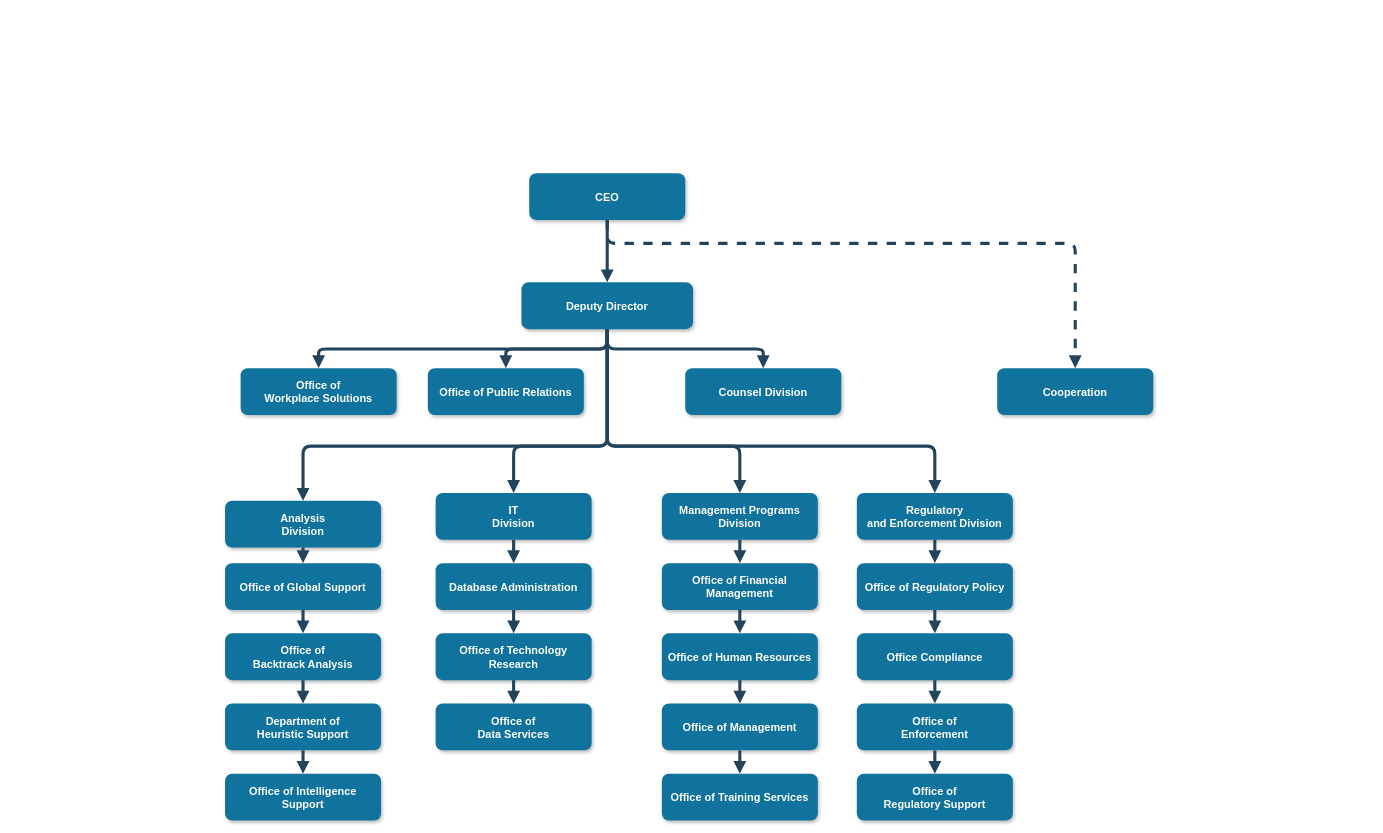
Above: Untitled Diagram.drawio in MiriamSanchez11/-grupo_Ing_Gest_Poyectos- (draw.io), before the change. Source tidied: cells renumbered, new cells numbered last; positions are measured from the earlier drawing's top-left corner, leaving out a move shared by most shapes. Both pictures are drawn from the tidied source at 78%, with x=0, y=0 at pixel (225, 173).
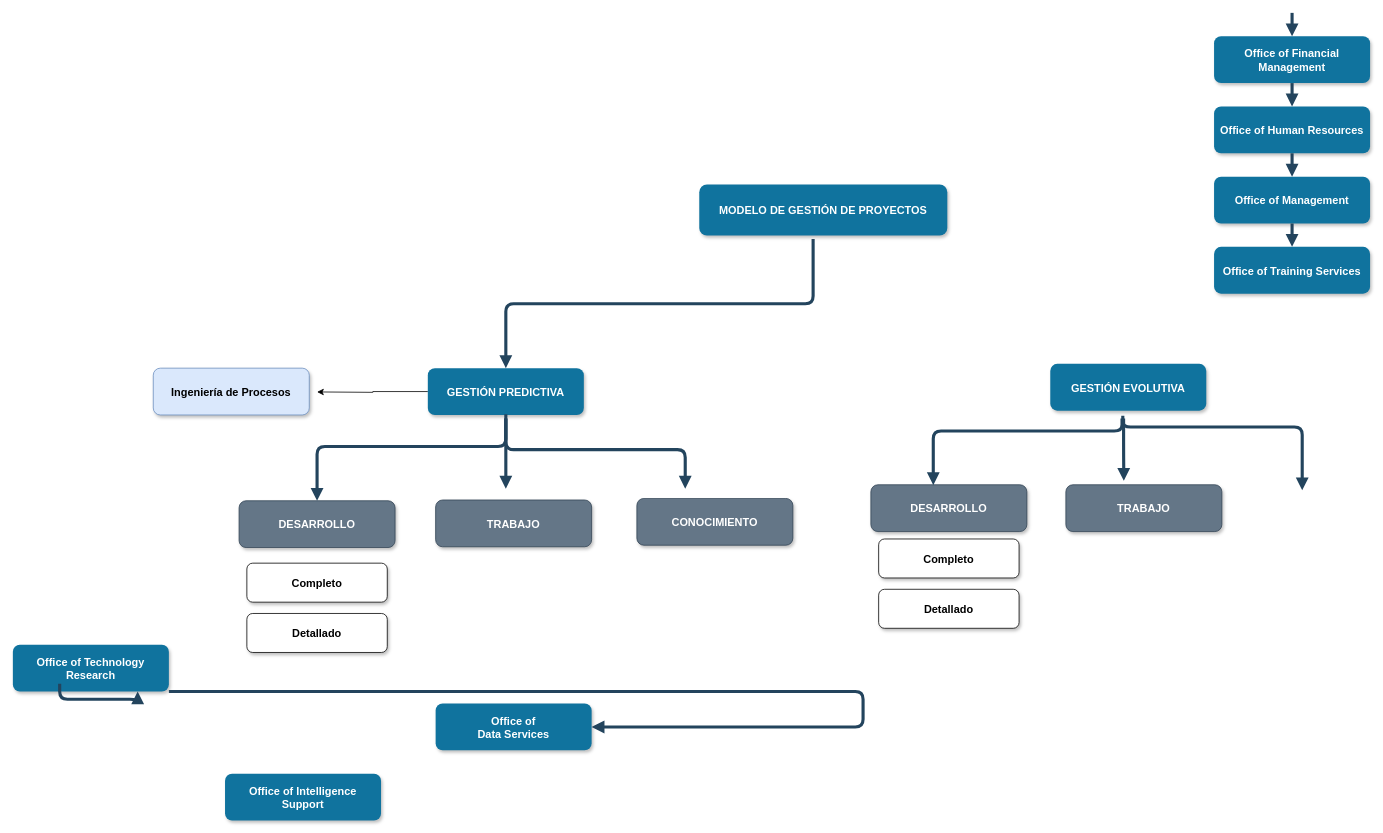
The same diagram, later.

Commit message:
Diagrama modelos

Unchanged cells that the change refers to:
```xml
<mxCell id="12" value="Office of Intelligence &#10;Support" style="rounded=1;fillColor=#10739E;strokeColor=none;shadow=1;gradientColor=none;fontStyle=1;fontColor=#FFFFFF;fontSize=14;" parent="1" vertex="1">
  <mxGeometry y="769.5" width="200" height="60" as="geometry" />
</mxCell>
<mxCell id="16" value="Office of&#10;Data Services" style="rounded=1;fillColor=#10739E;strokeColor=none;shadow=1;gradientColor=none;fontStyle=1;fontColor=#FFFFFF;fontSize=14;" parent="1" vertex="1">
  <mxGeometry x="270" y="679.5" width="200" height="60" as="geometry" />
</mxCell>
```

The edit, as a diff of the source:
```diff
@@
-    <mxCell id="2" value="CEO" style="rounded=1;fillColor=#10739E;strokeColor=none;shadow=1;gradientColor=none;fontStyle=1;fontColor=#FFFFFF;fontSize=14;" parent="1" vertex="1">
-      <mxGeometry x="390" y="-0.5" width="200" height="60" as="geometry" />
+    <mxCell id="2" value="MODELO DE GESTIÓN DE PROYECTOS" style="rounded=1;fillColor=#10739E;strokeColor=none;shadow=1;gradientColor=none;fontStyle=1;fontColor=#FFFFFF;fontSize=14;" parent="1" vertex="1">
+      <mxGeometry x="608" y="14" width="318" height="65.5" as="geometry" />
     </mxCell>
-    <mxCell id="3" value="Deputy Director" style="rounded=1;fillColor=#10739E;strokeColor=none;shadow=1;gradientColor=none;fontStyle=1;fontColor=#FFFFFF;fontSize=14;" parent="1" vertex="1">
-      <mxGeometry x="380" y="139.5" width="220" height="60" as="geometry" />
-    </mxCell>
-    <mxCell id="4" value="Office of &#10;Workplace Solutions" style="rounded=1;fillColor=#10739E;strokeColor=none;shadow=1;gradientColor=none;fontStyle=1;fontColor=#FFFFFF;fontSize=14;" parent="1" vertex="1">
-      <mxGeometry x="20" y="249.5" width="200" height="60" as="geometry" />
-    </mxCell>
+    <mxCell id="51" style="edgeStyle=orthogonalEdgeStyle;rounded=0;jettySize=auto;html=1;exitX=0;exitY=0.5;exitDx=0;exitDy=0;" parent="1" edge="1" source="5">
+      <mxGeometry relative="1" as="geometry">
+        <mxPoint x="118" y="280" as="targetPoint" />
+      </mxGeometry>
+    </mxCell>
-    <mxCell id="5" value="Office of Public Relations" style="rounded=1;fillColor=#10739E;strokeColor=none;shadow=1;gradientColor=none;fontStyle=1;fontColor=#FFFFFF;fontSize=14;" parent="1" vertex="1">
+    <mxCell id="5" value="GESTIÓN PREDICTIVA" style="rounded=1;fillColor=#10739E;strokeColor=none;shadow=1;gradientColor=none;fontStyle=1;fontColor=#FFFFFF;fontSize=14;" parent="1" vertex="1">
       <mxGeometry x="260" y="249.5" width="200" height="60" as="geometry" />
     </mxCell>
-    <mxCell id="6" value="Counsel Division" style="rounded=1;fillColor=#10739E;strokeColor=none;shadow=1;gradientColor=none;fontStyle=1;fontColor=#FFFFFF;fontSize=14;" parent="1" vertex="1">
-      <mxGeometry x="590" y="249.5" width="200" height="60" as="geometry" />
+    <mxCell id="6" value="GESTIÓN EVOLUTIVA" style="rounded=1;fillColor=#10739E;strokeColor=none;shadow=1;gradientColor=none;fontStyle=1;fontColor=#FFFFFF;fontSize=14;" parent="1" vertex="1">
+      <mxGeometry x="1058" y="244" width="200" height="60" as="geometry" />
     </mxCell>
-    <mxCell id="7" value="Cooperation" style="rounded=1;fillColor=#10739E;strokeColor=none;shadow=1;gradientColor=none;fontStyle=1;fontColor=#FFFFFF;fontSize=14;" parent="1" vertex="1">
-      <mxGeometry x="990" y="249.5" width="200" height="60" as="geometry" />
-    </mxCell>
-    <mxCell id="8" value="Analysis &#10;Division" style="rounded=1;fillColor=#10739E;strokeColor=none;shadow=1;gradientColor=none;fontStyle=1;fontColor=#FFFFFF;fontSize=14;" parent="1" vertex="1">
-      <mxGeometry y="419.5" width="200" height="60" as="geometry" />
+    <mxCell id="8" value="DESARROLLO" style="rounded=1;fillColor=#647687;strokeColor=#314354;shadow=1;fontStyle=1;fontSize=14;fontColor=#ffffff;" parent="1" vertex="1">
+      <mxGeometry x="18" y="419.5" width="200" height="60" as="geometry" />
     </mxCell>
-    <mxCell id="9" value="Office of Global Support" style="rounded=1;fillColor=#10739E;strokeColor=none;shadow=1;gradientColor=none;fontStyle=1;fontColor=#FFFFFF;fontSize=14;" parent="1" vertex="1">
-      <mxGeometry y="499.5" width="200" height="60" as="geometry" />
-    </mxCell>
-    <mxCell id="10" value="Office of &#10;Backtrack Analysis" style="rounded=1;fillColor=#10739E;strokeColor=none;shadow=1;gradientColor=none;fontStyle=1;fontColor=#FFFFFF;fontSize=14;" parent="1" vertex="1">
-      <mxGeometry y="589.5" width="200" height="60" as="geometry" />
-    </mxCell>
-    <mxCell id="11" value="Department of &#10;Heuristic Support" style="rounded=1;fillColor=#10739E;strokeColor=none;shadow=1;gradientColor=none;fontStyle=1;fontColor=#FFFFFF;fontSize=14;" parent="1" vertex="1">
-      <mxGeometry y="679.5" width="200" height="60" as="geometry" />
+    <mxCell id="11" value="Completo" style="rounded=1;shadow=1;fontStyle=1;fontSize=14;" parent="1" vertex="1">
+      <mxGeometry x="28" y="499.5" width="180" height="50" as="geometry" />
     </mxCell>
@@
-    <mxCell id="13" value="IT&#10;Division" style="rounded=1;fillColor=#10739E;strokeColor=none;shadow=1;gradientColor=none;fontStyle=1;fontColor=#FFFFFF;fontSize=14;" parent="1" vertex="1">
-      <mxGeometry x="270" y="409.5" width="200" height="60" as="geometry" />
-    </mxCell>
-    <mxCell id="14" value="Database Administration" style="rounded=1;fillColor=#10739E;strokeColor=none;shadow=1;gradientColor=none;fontStyle=1;fontColor=#FFFFFF;fontSize=14;" parent="1" vertex="1">
-      <mxGeometry x="270" y="499.5" width="200" height="60" as="geometry" />
+    <mxCell id="14" value="TRABAJO" style="rounded=1;fillColor=#647687;strokeColor=#314354;shadow=1;fontStyle=1;fontColor=#ffffff;fontSize=14;" parent="1" vertex="1">
+      <mxGeometry x="270" y="418.5" width="200" height="60" as="geometry" />
     </mxCell>
     <mxCell id="15" value="Office of Technology &#10;Research" style="rounded=1;fillColor=#10739E;strokeColor=none;shadow=1;gradientColor=none;fontStyle=1;fontColor=#FFFFFF;fontSize=14;" parent="1" vertex="1">
-      <mxGeometry x="270" y="589.5" width="200" height="60" as="geometry" />
+      <mxGeometry x="-272" y="604" width="200" height="60" as="geometry" />
     </mxCell>
@@
-    <mxCell id="17" value="Management Programs &#10;Division" style="rounded=1;fillColor=#10739E;strokeColor=none;shadow=1;gradientColor=none;fontStyle=1;fontColor=#FFFFFF;fontSize=14;" parent="1" vertex="1">
-      <mxGeometry x="560" y="409.5" width="200" height="60" as="geometry" />
-    </mxCell>
     <mxCell id="18" value="Office of Financial &#10;Management" style="rounded=1;fillColor=#10739E;strokeColor=none;shadow=1;gradientColor=none;fontStyle=1;fontColor=#FFFFFF;fontSize=14;" parent="1" vertex="1">
-      <mxGeometry x="560" y="499.5" width="200" height="60" as="geometry" />
+      <mxGeometry x="1268" y="-176" width="200" height="60" as="geometry" />
     </mxCell>
     <mxCell id="19" value="Office of Human Resources" style="rounded=1;fillColor=#10739E;strokeColor=none;shadow=1;gradientColor=none;fontStyle=1;fontColor=#FFFFFF;fontSize=14;" parent="1" vertex="1">
-      <mxGeometry x="560" y="589.5" width="200" height="60" as="geometry" />
+      <mxGeometry x="1268" y="-86" width="200" height="60" as="geometry" />
     </mxCell>
     <mxCell id="20" value="Office of Management " style="rounded=1;fillColor=#10739E;strokeColor=none;shadow=1;gradientColor=none;fontStyle=1;fontColor=#FFFFFF;fontSize=14;" parent="1" vertex="1">
-      <mxGeometry x="560" y="679.5" width="200" height="60" as="geometry" />
+      <mxGeometry x="1268" y="4" width="200" height="60" as="geometry" />
     </mxCell>
     <mxCell id="21" value="Office of Training Services" style="rounded=1;fillColor=#10739E;strokeColor=none;shadow=1;gradientColor=none;fontStyle=1;fontColor=#FFFFFF;fontSize=14;" parent="1" vertex="1">
-      <mxGeometry x="560" y="769.5" width="200" height="60" as="geometry" />
+      <mxGeometry x="1268" y="94" width="200" height="60" as="geometry" />
     </mxCell>
-    <mxCell id="22" value="Regulatory &#10;and Enforcement Division" style="rounded=1;fillColor=#10739E;strokeColor=none;shadow=1;gradientColor=none;fontStyle=1;fontColor=#FFFFFF;fontSize=14;" parent="1" vertex="1">
-      <mxGeometry x="810" y="409.5" width="200" height="60" as="geometry" />
-    </mxCell>
-    <mxCell id="23" value="Office of Regulatory Policy" style="rounded=1;fillColor=#10739E;strokeColor=none;shadow=1;gradientColor=none;fontStyle=1;fontColor=#FFFFFF;fontSize=14;" parent="1" vertex="1">
-      <mxGeometry x="810" y="499.5" width="200" height="60" as="geometry" />
-    </mxCell>
-    <mxCell id="24" value="Office Compliance" style="rounded=1;fillColor=#10739E;strokeColor=none;shadow=1;gradientColor=none;fontStyle=1;fontColor=#FFFFFF;fontSize=14;" parent="1" vertex="1">
-      <mxGeometry x="810" y="589.5" width="200" height="60" as="geometry" />
-    </mxCell>
-    <mxCell id="25" value="Office of &#10;Enforcement" style="rounded=1;fillColor=#10739E;strokeColor=none;shadow=1;gradientColor=none;fontStyle=1;fontColor=#FFFFFF;fontSize=14;" parent="1" vertex="1">
-      <mxGeometry x="810" y="679.5" width="200" height="60" as="geometry" />
-    </mxCell>
-    <mxCell id="26" value="Office of&#10; Regulatory Support" style="rounded=1;fillColor=#10739E;strokeColor=none;shadow=1;gradientColor=none;fontStyle=1;fontColor=#FFFFFF;fontSize=14;" parent="1" vertex="1">
-      <mxGeometry x="810" y="769.5" width="200" height="60" as="geometry" />
-    </mxCell>
-    <mxCell id="27" style="edgeStyle=elbowEdgeStyle;elbow=vertical;strokeWidth=4;endArrow=block;endFill=1;fontStyle=1;strokeColor=#23445D;" parent="1" edge="1" source="2" target="3">
-      <mxGeometry x="22" y="165.5" as="geometry" />
-    </mxCell>
-    <mxCell id="28" style="edgeStyle=elbowEdgeStyle;elbow=vertical;strokeWidth=4;endArrow=block;endFill=1;fontStyle=1;strokeColor=#23445D;" parent="1" edge="1" source="3" target="5">
+    <mxCell id="28" style="edgeStyle=elbowEdgeStyle;elbow=vertical;strokeWidth=4;endArrow=block;endFill=1;fontStyle=1;strokeColor=#23445D;exitX=0.459;exitY=1.069;exitDx=0;exitDy=0;exitPerimeter=0;" parent="1" edge="1" source="2" target="5">
       <mxGeometry x="22" y="165.5" as="geometry" />
     </mxCell>
-    <mxCell id="29" style="edgeStyle=elbowEdgeStyle;elbow=vertical;strokeWidth=4;endArrow=block;endFill=1;fontStyle=1;strokeColor=#23445D;" parent="1" edge="1" source="3" target="4">
-      <mxGeometry x="22" y="165.5" as="geometry" />
-    </mxCell>
-    <mxCell id="30" style="edgeStyle=elbowEdgeStyle;elbow=vertical;strokeWidth=4;endArrow=block;endFill=1;fontStyle=1;strokeColor=#23445D;" parent="1" edge="1" source="3" target="6">
-      <mxGeometry x="22" y="165.5" as="geometry" />
-    </mxCell>
-    <mxCell id="31" style="edgeStyle=elbowEdgeStyle;elbow=vertical;strokeWidth=4;endArrow=block;endFill=1;fontStyle=1;dashed=1;strokeColor=#23445D;" parent="1" edge="1" source="2" target="7">
-      <mxGeometry x="22" y="165.5" as="geometry">
-        <Array as="points">
-          <mxPoint x="780" y="89.5" />
-        </Array>
-      </mxGeometry>
-    </mxCell>
-    <mxCell id="32" style="edgeStyle=elbowEdgeStyle;elbow=vertical;strokeWidth=4;endArrow=block;endFill=1;fontStyle=1;strokeColor=#23445D;" parent="1" edge="1" source="3" target="8">
+    <mxCell id="32" style="edgeStyle=elbowEdgeStyle;elbow=vertical;strokeWidth=4;endArrow=block;endFill=1;fontStyle=1;strokeColor=#23445D;" parent="1" edge="1" target="8">
       <mxGeometry x="22" y="165.5" as="geometry">
+        <mxPoint x="360" y="314" as="sourcePoint" />
         <Array as="points">
+          <mxPoint x="118" y="350" />
+          <mxPoint x="8" y="350" />
           <mxPoint x="270" y="349.5" />
         </Array>
       </mxGeometry>
     </mxCell>
-    <mxCell id="33" style="edgeStyle=elbowEdgeStyle;elbow=vertical;strokeWidth=4;endArrow=block;endFill=1;fontStyle=1;strokeColor=#23445D;" parent="1" edge="1" source="3" target="22">
-      <mxGeometry x="22" y="165.5" as="geometry">
-        <Array as="points">
-          <mxPoint x="690" y="349.5" />
-        </Array>
-      </mxGeometry>
-    </mxCell>
-    <mxCell id="34" style="edgeStyle=elbowEdgeStyle;elbow=vertical;strokeWidth=4;endArrow=block;endFill=1;fontStyle=1;strokeColor=#23445D;" parent="1" edge="1" source="8" target="9">
-      <mxGeometry x="62" y="165.5" as="geometry" />
-    </mxCell>
-    <mxCell id="35" style="edgeStyle=elbowEdgeStyle;elbow=vertical;strokeWidth=4;endArrow=block;endFill=1;fontStyle=1;strokeColor=#23445D;" parent="1" edge="1" source="9" target="10">
-      <mxGeometry x="62" y="175.5" as="geometry" />
-    </mxCell>
-    <mxCell id="36" style="edgeStyle=elbowEdgeStyle;elbow=vertical;strokeWidth=4;endArrow=block;endFill=1;fontStyle=1;strokeColor=#23445D;" parent="1" edge="1" source="10" target="11">
-      <mxGeometry x="62" y="185.5" as="geometry" />
-    </mxCell>
-    <mxCell id="37" style="edgeStyle=elbowEdgeStyle;elbow=vertical;strokeWidth=4;endArrow=block;endFill=1;fontStyle=1;strokeColor=#23445D;" parent="1" edge="1" source="11" target="12">
-      <mxGeometry x="62" y="195.5" as="geometry" />
-    </mxCell>
-    <mxCell id="38" style="edgeStyle=elbowEdgeStyle;elbow=vertical;strokeWidth=4;endArrow=block;endFill=1;fontStyle=1;strokeColor=#23445D;" parent="1" edge="1" source="13" target="14">
-      <mxGeometry x="62" y="165.5" as="geometry" />
+    <mxCell id="38" style="edgeStyle=elbowEdgeStyle;elbow=vertical;strokeWidth=4;endArrow=block;endFill=1;fontStyle=1;strokeColor=#23445D;exitX=0.55;exitY=1.075;exitDx=0;exitDy=0;exitPerimeter=0;" parent="1" edge="1">
+      <mxGeometry x="52" y="165.5" as="geometry">
+        <mxPoint x="360" y="314" as="sourcePoint" />
+        <mxPoint x="360" y="404" as="targetPoint" />
+      </mxGeometry>
     </mxCell>
-    <mxCell id="39" style="edgeStyle=elbowEdgeStyle;elbow=vertical;strokeWidth=4;endArrow=block;endFill=1;fontStyle=1;strokeColor=#23445D;" parent="1" edge="1" source="14" target="15">
-      <mxGeometry x="62" y="175.5" as="geometry" />
+    <mxCell id="39" style="edgeStyle=elbowEdgeStyle;elbow=vertical;strokeWidth=4;endArrow=block;endFill=1;fontStyle=1;strokeColor=#23445D;" parent="1" edge="1" target="15">
+      <mxGeometry x="62" y="175.5" as="geometry">
+        <mxPoint x="-212" y="654" as="sourcePoint" />
+        <Array as="points">
+          <mxPoint x="-112" y="674" />
+          <mxPoint x="378" y="644" />
+        </Array>
+      </mxGeometry>
     </mxCell>
     <mxCell id="40" style="edgeStyle=elbowEdgeStyle;elbow=vertical;strokeWidth=4;endArrow=block;endFill=1;fontStyle=1;strokeColor=#23445D;" parent="1" edge="1" source="15" target="16">
-      <mxGeometry x="62" y="185.5" as="geometry" />
+      <mxGeometry x="62" y="185.5" as="geometry">
+        <Array as="points">
+          <mxPoint x="818" y="664" />
+          <mxPoint x="878" y="634" />
+          <mxPoint x="1108" y="724" />
+          <mxPoint x="658" y="954" />
+        </Array>
+      </mxGeometry>
     </mxCell>
-    <mxCell id="41" style="edgeStyle=elbowEdgeStyle;elbow=vertical;strokeWidth=4;endArrow=block;endFill=1;fontStyle=1;strokeColor=#23445D;" parent="1" edge="1" source="17" target="18">
-      <mxGeometry x="72" y="165.5" as="geometry" />
+    <mxCell id="41" style="edgeStyle=elbowEdgeStyle;elbow=vertical;strokeWidth=4;endArrow=block;endFill=1;fontStyle=1;strokeColor=#23445D;" parent="1" edge="1" target="18">
+      <mxGeometry x="780" y="-510" as="geometry">
+        <mxPoint x="1368" y="-206" as="sourcePoint" />
+      </mxGeometry>
     </mxCell>
     <mxCell id="42" style="edgeStyle=elbowEdgeStyle;elbow=vertical;strokeWidth=4;endArrow=block;endFill=1;fontStyle=1;strokeColor=#23445D;" parent="1" edge="1" source="18" target="19">
-      <mxGeometry x="72" y="175.5" as="geometry" />
+      <mxGeometry x="780" y="-500" as="geometry" />
     </mxCell>
     <mxCell id="43" style="edgeStyle=elbowEdgeStyle;elbow=vertical;strokeWidth=4;endArrow=block;endFill=1;fontStyle=1;strokeColor=#23445D;" parent="1" edge="1" source="19" target="20">
-      <mxGeometry x="72" y="185.5" as="geometry" />
+      <mxGeometry x="780" y="-490" as="geometry" />
     </mxCell>
     <mxCell id="44" style="edgeStyle=elbowEdgeStyle;elbow=vertical;strokeWidth=4;endArrow=block;endFill=1;fontStyle=1;strokeColor=#23445D;" parent="1" edge="1" source="20" target="21">
-      <mxGeometry x="72" y="195.5" as="geometry" />
+      <mxGeometry x="780" y="-480" as="geometry" />
     </mxCell>
-    <mxCell id="45" style="edgeStyle=elbowEdgeStyle;elbow=vertical;strokeWidth=4;endArrow=block;endFill=1;fontStyle=1;strokeColor=#23445D;" parent="1" edge="1" source="22" target="23">
-      <mxGeometry x="72" y="165.5" as="geometry" />
-    </mxCell>
-    <mxCell id="46" style="edgeStyle=elbowEdgeStyle;elbow=vertical;strokeWidth=4;endArrow=block;endFill=1;fontStyle=1;strokeColor=#23445D;" parent="1" edge="1" source="23" target="24">
-      <mxGeometry x="72" y="175.5" as="geometry" />
-    </mxCell>
-    <mxCell id="47" style="edgeStyle=elbowEdgeStyle;elbow=vertical;strokeWidth=4;endArrow=block;endFill=1;fontStyle=1;strokeColor=#23445D;" parent="1" edge="1" source="24" target="25">
-      <mxGeometry x="72" y="185.5" as="geometry" />
-    </mxCell>
-    <mxCell id="48" style="edgeStyle=elbowEdgeStyle;elbow=vertical;strokeWidth=4;endArrow=block;endFill=1;fontStyle=1;strokeColor=#23445D;" parent="1" edge="1" source="25" target="26">
-      <mxGeometry x="72" y="195.5" as="geometry" />
-    </mxCell>
-    <mxCell id="49" style="edgeStyle=elbowEdgeStyle;elbow=vertical;strokeWidth=4;endArrow=block;endFill=1;fontStyle=1;strokeColor=#23445D;" parent="1" edge="1" source="3" target="13">
-      <mxGeometry x="22" y="165.5" as="geometry">
-        <Array as="points">
-          <mxPoint x="370" y="349.5" />
-        </Array>
-      </mxGeometry>
-    </mxCell>
-    <mxCell id="50" style="edgeStyle=elbowEdgeStyle;elbow=vertical;strokeWidth=4;endArrow=block;endFill=1;fontStyle=1;strokeColor=#23445D;" parent="1" edge="1" source="3" target="17">
-      <mxGeometry x="22" y="165.5" as="geometry">
-        <Array as="points">
-          <mxPoint x="660" y="349.5" />
-        </Array>
-      </mxGeometry>
-    </mxCell>
+    <mxCell id="52" value="Ingeniería de Procesos" style="rounded=1;fillColor=#dae8fc;strokeColor=#6c8ebf;shadow=1;fontStyle=1;fontSize=14;" parent="1" vertex="1">
+      <mxGeometry x="-92" y="249.5" width="200" height="60" as="geometry" />
+    </mxCell>
+    <mxCell id="53" value="Detallado" style="rounded=1;shadow=1;fontStyle=1;fontSize=14;" parent="1" vertex="1">
+      <mxGeometry x="28" y="564" width="180" height="50" as="geometry" />
+    </mxCell>
+    <mxCell id="54" value="DESARROLLO" style="rounded=1;fillColor=#647687;strokeColor=#314354;shadow=1;fontStyle=1;fontSize=14;fontColor=#ffffff;" parent="1" vertex="1">
+      <mxGeometry x="828" y="399" width="200" height="60" as="geometry" />
+    </mxCell>
+    <mxCell id="55" value="Completo" style="rounded=1;shadow=1;fontStyle=1;fontSize=14;" parent="1" vertex="1">
+      <mxGeometry x="838" y="468.5" width="180" height="50" as="geometry" />
+    </mxCell>
+    <mxCell id="56" value="TRABAJO" style="rounded=1;fillColor=#647687;strokeColor=#314354;shadow=1;fontStyle=1;fontColor=#ffffff;fontSize=14;" parent="1" vertex="1">
+      <mxGeometry x="1078" y="399" width="200" height="60" as="geometry" />
+    </mxCell>
+    <mxCell id="57" style="edgeStyle=elbowEdgeStyle;elbow=vertical;strokeWidth=4;endArrow=block;endFill=1;fontStyle=1;strokeColor=#23445D;" parent="1" edge="1">
+      <mxGeometry x="812" y="145.5" as="geometry">
+        <mxPoint x="1150" y="314" as="sourcePoint" />
+        <mxPoint x="908" y="399.5" as="targetPoint" />
+        <Array as="points">
+          <mxPoint x="908" y="330" />
+          <mxPoint x="798" y="330" />
+          <mxPoint x="1060" y="329.5" />
+        </Array>
+      </mxGeometry>
+    </mxCell>
+    <mxCell id="58" style="edgeStyle=elbowEdgeStyle;elbow=vertical;strokeWidth=4;endArrow=block;endFill=1;fontStyle=1;strokeColor=#23445D;" parent="1" edge="1">
+      <mxGeometry x="844.3" y="145.5" as="geometry">
+        <mxPoint x="1152" y="314" as="sourcePoint" />
+        <mxPoint x="1152.3" y="394" as="targetPoint" />
+      </mxGeometry>
+    </mxCell>
+    <mxCell id="59" value="Detallado" style="rounded=1;shadow=1;fontStyle=1;fontSize=14;" parent="1" vertex="1">
+      <mxGeometry x="838" y="533" width="180" height="50" as="geometry" />
+    </mxCell>
+    <mxCell id="60" style="edgeStyle=elbowEdgeStyle;elbow=vertical;strokeWidth=4;endArrow=block;endFill=1;fontStyle=1;strokeColor=#23445D;exitX=0.55;exitY=1.075;exitDx=0;exitDy=0;exitPerimeter=0;" parent="1" edge="1">
+      <mxGeometry x="52" y="160" as="geometry">
+        <mxPoint x="360" y="308.5" as="sourcePoint" />
+        <mxPoint x="590" y="404" as="targetPoint" />
+        <Array as="points">
+          <mxPoint x="478" y="354" />
+        </Array>
+      </mxGeometry>
+    </mxCell>
+    <mxCell id="61" value="CONOCIMIENTO" style="rounded=1;fillColor=#647687;strokeColor=#314354;shadow=1;fontStyle=1;fontColor=#ffffff;fontSize=14;" parent="1" vertex="1">
+      <mxGeometry x="528" y="416.5" width="200" height="60" as="geometry" />
+    </mxCell>
+    <mxCell id="62" style="edgeStyle=elbowEdgeStyle;elbow=vertical;strokeWidth=4;endArrow=block;endFill=1;fontStyle=1;strokeColor=#23445D;exitX=0.55;exitY=1.075;exitDx=0;exitDy=0;exitPerimeter=0;" parent="1" edge="1">
+      <mxGeometry x="843" y="162" as="geometry">
+        <mxPoint x="1151" y="310.5" as="sourcePoint" />
+        <mxPoint x="1381" y="406" as="targetPoint" />
+        <Array as="points">
+          <mxPoint x="1271" y="325" />
+        </Array>
+      </mxGeometry>
+    </mxCell>
```
